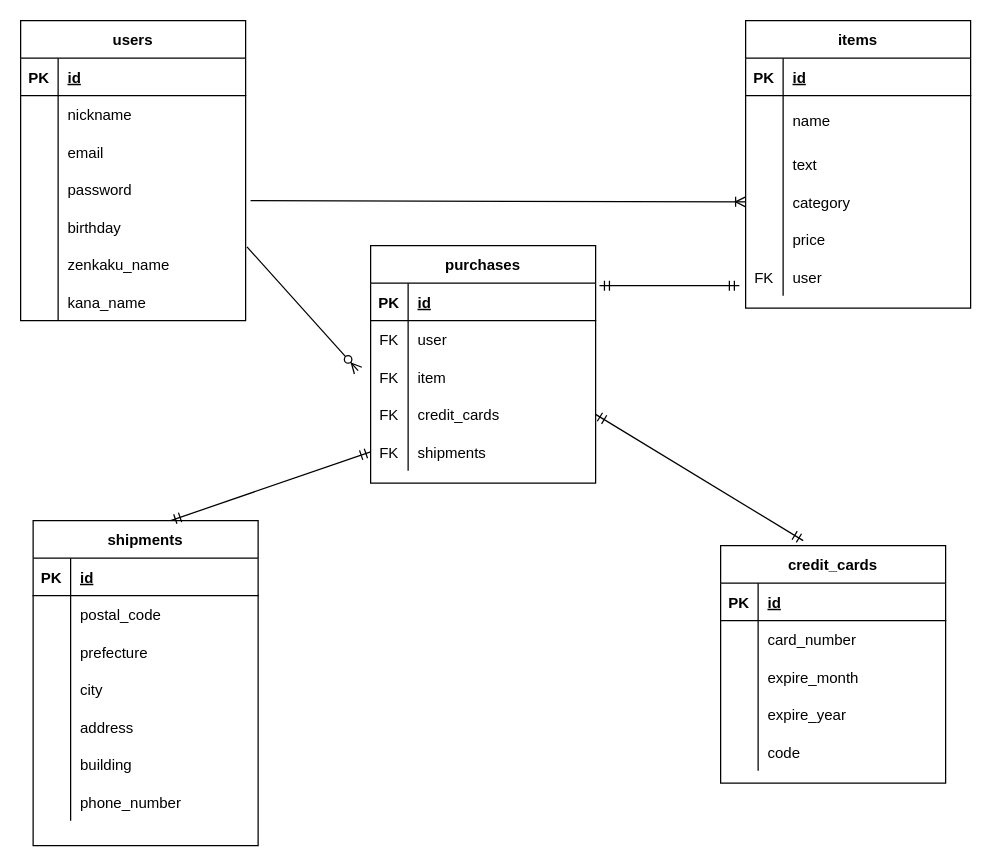
Above: test.dio in Jack9145/furima-32498 (draw.io), before the change. Source tidied: cells renumbered, new cells numbered last; positions are measured from the earlier drawing's top-left corner, leaving out a move shared by most shapes. Both pictures are drawn from the tidied source at 125%, with x=0, y=0 at pixel (20, 20).
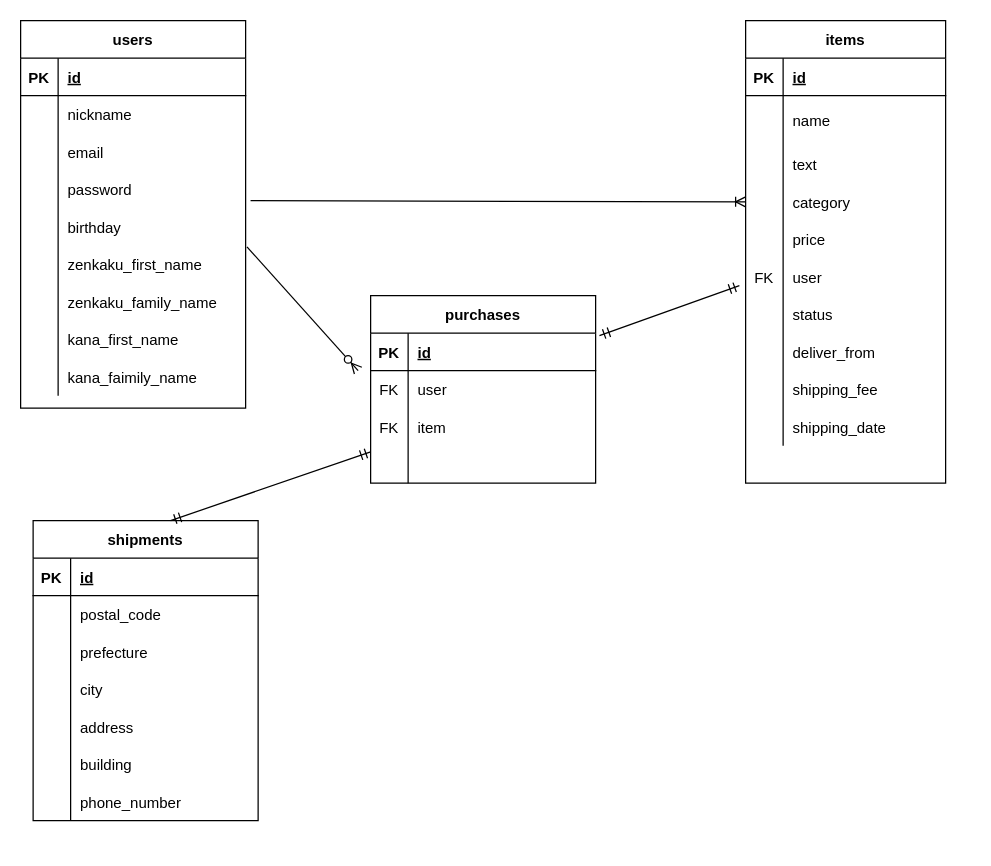
Above is the later version.

Commit message (it also covers changes not shown here):
DB設計の修正

The change refers to these unchanged cells:
```xml
<mxCell id="18" style="shape=partialRectangle;fillColor=none;top=0;left=0;bottom=0;right=0;points=[[0,0.5],[1,0.5]];portConstraint=eastwest;" parent="2" vertex="1">
  <mxGeometry y="180" width="180" height="30" as="geometry" />
</mxCell>
<mxCell id="21" style="shape=partialRectangle;fillColor=none;top=0;left=0;bottom=0;right=0;" parent="2" vertex="1">
  <mxGeometry y="210" width="180" height="30" as="geometry" />
</mxCell>
<mxCell id="54" style="shape=partialRectangle;fillColor=none;top=0;left=0;bottom=0;right=0;points=[[0,0.5],[1,0.5]];portConstraint=eastwest;" parent="44" vertex="1">
  <mxGeometry y="120" width="180" height="30" as="geometry" />
</mxCell>
```

Change to the diagram source:
```diff
@@
     <mxCell id="2" value="users" style="shape=table;startSize=30;childLayout=tableLayout;rowLines=0;fontStyle=1;align=center;" parent="1" vertex="1">
-      <mxGeometry width="180" height="240" as="geometry" />
+      <mxGeometry width="180" height="310" as="geometry" />
     </mxCell>
@@
-    <mxCell id="20" value="zenkaku_name" style="shape=partialRectangle;fillColor=none;top=0;left=0;bottom=0;right=0;align=left;spacingLeft=6;overflow=hidden;" parent="18" vertex="1">
+    <mxCell id="20" value="zenkaku_first_name" style="shape=partialRectangle;fillColor=none;top=0;left=0;bottom=0;right=0;align=left;spacingLeft=6;overflow=hidden;" parent="18" vertex="1">
       <mxGeometry x="30" width="150" height="30" as="geometry" />
     </mxCell>
@@
-    <mxCell id="23" value="kana_name" style="shape=partialRectangle;fillColor=none;top=0;left=0;bottom=0;right=0;align=left;spacingLeft=6;overflow=hidden;" parent="21" vertex="1">
+    <mxCell id="23" value="zenkaku_family_name" style="shape=partialRectangle;fillColor=none;top=0;left=0;bottom=0;right=0;align=left;spacingLeft=6;overflow=hidden;" parent="21" vertex="1">
       <mxGeometry x="30" width="150" height="30" as="geometry" />
     </mxCell>
+    <mxCell id="102" style="shape=partialRectangle;fillColor=none;top=0;left=0;bottom=0;right=0;" parent="2" vertex="1">
+      <mxGeometry y="240" width="180" height="30" as="geometry" />
+    </mxCell>
+    <mxCell id="103" style="shape=partialRectangle;fillColor=none;top=0;left=0;bottom=0;right=0;overflow=hidden;" parent="102" vertex="1">
+      <mxGeometry width="30" height="30" as="geometry" />
+    </mxCell>
+    <mxCell id="104" value="kana_first_name" style="shape=partialRectangle;fillColor=none;top=0;left=0;bottom=0;right=0;align=left;spacingLeft=6;overflow=hidden;" parent="102" vertex="1">
+      <mxGeometry x="30" width="150" height="30" as="geometry" />
+    </mxCell>
+    <mxCell id="105" style="shape=partialRectangle;fillColor=none;top=0;left=0;bottom=0;right=0;" parent="2" vertex="1">
+      <mxGeometry y="270" width="180" height="30" as="geometry" />
+    </mxCell>
+    <mxCell id="106" style="shape=partialRectangle;fillColor=none;top=0;left=0;bottom=0;right=0;overflow=hidden;" parent="105" vertex="1">
+      <mxGeometry width="30" height="30" as="geometry" />
+    </mxCell>
+    <mxCell id="107" value="kana_faimily_name" style="shape=partialRectangle;fillColor=none;top=0;left=0;bottom=0;right=0;align=left;spacingLeft=6;overflow=hidden;" parent="105" vertex="1">
+      <mxGeometry x="30" width="150" height="30" as="geometry" />
+    </mxCell>
     <mxCell id="24" value="items" style="shape=table;startSize=30;childLayout=tableLayout;rowLines=0;fontStyle=1;align=center;" parent="1" vertex="1">
-      <mxGeometry x="580" width="180" height="230" as="geometry" />
+      <mxGeometry x="580" width="160" height="370" as="geometry" />
     </mxCell>
     <mxCell id="25" style="shape=partialRectangle;fillColor=none;top=0;left=0;bottom=1;right=0;" parent="24" vertex="1">
-      <mxGeometry y="30" width="180" height="30" as="geometry" />
+      <mxGeometry y="30" width="160" height="30" as="geometry" />
     </mxCell>
@@
     <mxCell id="27" value="id" style="shape=partialRectangle;fillColor=none;top=0;left=0;bottom=0;right=0;align=left;spacingLeft=6;fontStyle=5;overflow=hidden;" parent="25" vertex="1">
-      <mxGeometry x="30" width="150" height="30" as="geometry" />
+      <mxGeometry x="30" width="130" height="30" as="geometry" />
     </mxCell>
     <mxCell id="28" style="shape=partialRectangle;fillColor=none;top=0;left=0;bottom=0;right=0;" parent="24" vertex="1">
-      <mxGeometry y="60" width="180" height="40" as="geometry" />
+      <mxGeometry y="60" width="160" height="40" as="geometry" />
     </mxCell>
@@
     <mxCell id="30" value="name" style="shape=partialRectangle;fillColor=none;top=0;left=0;bottom=0;right=0;align=left;spacingLeft=6;overflow=hidden;" parent="28" vertex="1">
-      <mxGeometry x="30" width="150" height="40" as="geometry" />
+      <mxGeometry x="30" width="130" height="40" as="geometry" />
     </mxCell>
     <mxCell id="31" style="shape=partialRectangle;fillColor=none;top=0;left=0;bottom=0;right=0;" parent="24" vertex="1">
-      <mxGeometry y="100" width="180" height="30" as="geometry" />
+      <mxGeometry y="100" width="160" height="30" as="geometry" />
     </mxCell>
@@
     <mxCell id="33" value="text" style="shape=partialRectangle;fillColor=none;top=0;left=0;bottom=0;right=0;align=left;spacingLeft=6;overflow=hidden;" parent="31" vertex="1">
-      <mxGeometry x="30" width="150" height="30" as="geometry" />
+      <mxGeometry x="30" width="130" height="30" as="geometry" />
     </mxCell>
     <mxCell id="34" style="shape=partialRectangle;fillColor=none;top=0;left=0;bottom=0;right=0;points=[[0,0.5],[1,0.5]];portConstraint=eastwest;" parent="24" vertex="1">
-      <mxGeometry y="130" width="180" height="30" as="geometry" />
+      <mxGeometry y="130" width="160" height="30" as="geometry" />
     </mxCell>
@@
     <mxCell id="36" value="category" style="shape=partialRectangle;fillColor=none;top=0;left=0;bottom=0;right=0;align=left;spacingLeft=6;overflow=hidden;" parent="34" vertex="1">
-      <mxGeometry x="30" width="150" height="30" as="geometry" />
+      <mxGeometry x="30" width="130" height="30" as="geometry" />
     </mxCell>
     <mxCell id="37" style="shape=partialRectangle;fillColor=none;top=0;left=0;bottom=0;right=0;" parent="24" vertex="1">
-      <mxGeometry y="160" width="180" height="30" as="geometry" />
+      <mxGeometry y="160" width="160" height="30" as="geometry" />
     </mxCell>
@@
     <mxCell id="39" value="price" style="shape=partialRectangle;fillColor=none;top=0;left=0;bottom=0;right=0;align=left;spacingLeft=6;overflow=hidden;" parent="37" vertex="1">
-      <mxGeometry x="30" width="150" height="30" as="geometry" />
+      <mxGeometry x="30" width="130" height="30" as="geometry" />
     </mxCell>
     <mxCell id="40" style="shape=partialRectangle;fillColor=none;top=0;left=0;bottom=0;right=0;" parent="24" vertex="1">
-      <mxGeometry y="190" width="180" height="30" as="geometry" />
+      <mxGeometry y="190" width="160" height="30" as="geometry" />
     </mxCell>
@@
     <mxCell id="42" value="user" style="shape=partialRectangle;fillColor=none;top=0;left=0;bottom=0;right=0;align=left;spacingLeft=6;overflow=hidden;" parent="40" vertex="1">
-      <mxGeometry x="30" width="150" height="30" as="geometry" />
+      <mxGeometry x="30" width="130" height="30" as="geometry" />
     </mxCell>
+    <mxCell id="108" style="shape=partialRectangle;fillColor=none;top=0;left=0;bottom=0;right=0;" parent="24" vertex="1">
+      <mxGeometry y="220" width="160" height="30" as="geometry" />
+    </mxCell>
+    <mxCell id="109" style="shape=partialRectangle;fillColor=none;top=0;left=0;bottom=0;right=0;overflow=hidden;" parent="108" vertex="1">
+      <mxGeometry width="30" height="30" as="geometry" />
+    </mxCell>
+    <mxCell id="110" value="status" style="shape=partialRectangle;fillColor=none;top=0;left=0;bottom=0;right=0;align=left;spacingLeft=6;overflow=hidden;" parent="108" vertex="1">
+      <mxGeometry x="30" width="130" height="30" as="geometry" />
+    </mxCell>
+    <mxCell id="111" style="shape=partialRectangle;fillColor=none;top=0;left=0;bottom=0;right=0;" parent="24" vertex="1">
+      <mxGeometry y="250" width="160" height="30" as="geometry" />
+    </mxCell>
+    <mxCell id="112" style="shape=partialRectangle;fillColor=none;top=0;left=0;bottom=0;right=0;overflow=hidden;" parent="111" vertex="1">
+      <mxGeometry width="30" height="30" as="geometry" />
+    </mxCell>
+    <mxCell id="113" value="deliver_from" style="shape=partialRectangle;fillColor=none;top=0;left=0;bottom=0;right=0;align=left;spacingLeft=6;overflow=hidden;" parent="111" vertex="1">
+      <mxGeometry x="30" width="130" height="30" as="geometry" />
+    </mxCell>
+    <mxCell id="114" style="shape=partialRectangle;fillColor=none;top=0;left=0;bottom=0;right=0;" parent="24" vertex="1">
+      <mxGeometry y="280" width="160" height="30" as="geometry" />
+    </mxCell>
+    <mxCell id="115" style="shape=partialRectangle;fillColor=none;top=0;left=0;bottom=0;right=0;overflow=hidden;" parent="114" vertex="1">
+      <mxGeometry width="30" height="30" as="geometry" />
+    </mxCell>
+    <mxCell id="116" value="shipping_fee" style="shape=partialRectangle;fillColor=none;top=0;left=0;bottom=0;right=0;align=left;spacingLeft=6;overflow=hidden;" parent="114" vertex="1">
+      <mxGeometry x="30" width="130" height="30" as="geometry" />
+    </mxCell>
+    <mxCell id="117" style="shape=partialRectangle;fillColor=none;top=0;left=0;bottom=0;right=0;" parent="24" vertex="1">
+      <mxGeometry y="310" width="160" height="30" as="geometry" />
+    </mxCell>
+    <mxCell id="118" style="shape=partialRectangle;fillColor=none;top=0;left=0;bottom=0;right=0;overflow=hidden;" parent="117" vertex="1">
+      <mxGeometry width="30" height="30" as="geometry" />
+    </mxCell>
+    <mxCell id="119" value="shipping_date" style="shape=partialRectangle;fillColor=none;top=0;left=0;bottom=0;right=0;align=left;spacingLeft=6;overflow=hidden;" parent="117" vertex="1">
+      <mxGeometry x="30" width="130" height="30" as="geometry" />
+    </mxCell>
@@
     <mxCell id="44" value="purchases" style="shape=table;startSize=30;childLayout=tableLayout;rowLines=0;fontStyle=1;align=center;" parent="1" vertex="1">
-      <mxGeometry x="280" y="180" width="180" height="190" as="geometry" />
+      <mxGeometry x="280" y="220" width="180" height="150" as="geometry" />
     </mxCell>
@@
-    <mxCell id="55" value="FK" style="shape=partialRectangle;fillColor=none;top=0;left=0;bottom=0;right=0;overflow=hidden;" parent="54" vertex="1">
+    <mxCell id="55" style="shape=partialRectangle;fillColor=none;top=0;left=0;bottom=0;right=0;overflow=hidden;" parent="54" vertex="1">
       <mxGeometry width="30" height="30" as="geometry" />
     </mxCell>
-    <mxCell id="56" value="credit_cards" style="shape=partialRectangle;fillColor=none;top=0;left=0;bottom=0;right=0;align=left;spacingLeft=6;overflow=hidden;" parent="54" vertex="1">
+    <mxCell id="56" style="shape=partialRectangle;fillColor=none;top=0;left=0;bottom=0;right=0;align=left;spacingLeft=6;overflow=hidden;" parent="54" vertex="1">
       <mxGeometry x="30" width="150" height="30" as="geometry" />
     </mxCell>
-    <mxCell id="57" style="shape=partialRectangle;fillColor=none;top=0;left=0;bottom=0;right=0;points=[[0,0.5],[1,0.5]];portConstraint=eastwest;" parent="44" vertex="1">
-      <mxGeometry y="150" width="180" height="30" as="geometry" />
-    </mxCell>
-    <mxCell id="58" value="FK" style="shape=partialRectangle;fillColor=none;top=0;left=0;bottom=0;right=0;overflow=hidden;" parent="57" vertex="1">
-      <mxGeometry width="30" height="30" as="geometry" />
-    </mxCell>
-    <mxCell id="59" value="shipments" style="shape=partialRectangle;fillColor=none;top=0;left=0;bottom=0;right=0;align=left;spacingLeft=6;overflow=hidden;" parent="57" vertex="1">
-      <mxGeometry x="30" width="150" height="30" as="geometry" />
-    </mxCell>
@@
     <mxCell id="62" value="shipments" style="shape=table;startSize=30;childLayout=tableLayout;rowLines=0;fontStyle=1;align=center;" parent="1" vertex="1">
-      <mxGeometry x="10" y="400" width="180" height="260" as="geometry" />
+      <mxGeometry x="10" y="400" width="180" height="240" as="geometry" />
     </mxCell>
@@
-    <mxCell id="84" style="fontSize=12;html=1;endArrow=ERmandOne;startArrow=ERmandOne;exitX=0.611;exitY=0;exitDx=0;exitDy=0;entryX=0;entryY=0.5;entryDx=0;entryDy=0;exitPerimeter=0;" parent="1" edge="1" source="62" target="57">
-      <mxGeometry relative="1" as="geometry" />
+    <mxCell id="84" style="fontSize=12;html=1;endArrow=ERmandOne;startArrow=ERmandOne;exitX=0.611;exitY=0;exitDx=0;exitDy=0;entryX=0;entryY=0.5;entryDx=0;entryDy=0;exitPerimeter=0;" parent="1" edge="1" source="62">
+      <mxGeometry relative="1" as="geometry">
+        <mxPoint x="280" y="345" as="targetPoint" />
+      </mxGeometry>
     </mxCell>
-    <mxCell id="85" value="credit_cards" style="shape=table;startSize=30;childLayout=tableLayout;rowLines=0;fontStyle=1;align=center;" parent="1" vertex="1">
-      <mxGeometry x="560" y="420" width="180" height="190" as="geometry" />
-    </mxCell>
-    <mxCell id="86" style="shape=partialRectangle;fillColor=none;top=0;left=0;bottom=1;right=0;" parent="85" vertex="1">
-      <mxGeometry y="30" width="180" height="30" as="geometry" />
-    </mxCell>
-    <mxCell id="87" value="PK" style="shape=partialRectangle;fillColor=none;top=0;left=0;bottom=0;right=0;fontStyle=1;overflow=hidden;" parent="86" vertex="1">
-      <mxGeometry width="30" height="30" as="geometry" />
-    </mxCell>
-    <mxCell id="88" value="id" style="shape=partialRectangle;fillColor=none;top=0;left=0;bottom=0;right=0;align=left;spacingLeft=6;fontStyle=5;overflow=hidden;" parent="86" vertex="1">
-      <mxGeometry x="30" width="150" height="30" as="geometry" />
-    </mxCell>
-    <mxCell id="89" style="shape=partialRectangle;fillColor=none;top=0;left=0;bottom=0;right=0;" parent="85" vertex="1">
-      <mxGeometry y="60" width="180" height="30" as="geometry" />
-    </mxCell>
-    <mxCell id="90" style="shape=partialRectangle;fillColor=none;top=0;left=0;bottom=0;right=0;overflow=hidden;" parent="89" vertex="1">
-      <mxGeometry width="30" height="30" as="geometry" />
-    </mxCell>
-    <mxCell id="91" value="card_number" style="shape=partialRectangle;fillColor=none;top=0;left=0;bottom=0;right=0;align=left;spacingLeft=6;overflow=hidden;" parent="89" vertex="1">
-      <mxGeometry x="30" width="150" height="30" as="geometry" />
-    </mxCell>
-    <mxCell id="92" style="shape=partialRectangle;fillColor=none;top=0;left=0;bottom=0;right=0;" parent="85" vertex="1">
-      <mxGeometry y="90" width="180" height="30" as="geometry" />
-    </mxCell>
-    <mxCell id="93" style="shape=partialRectangle;fillColor=none;top=0;left=0;bottom=0;right=0;overflow=hidden;" parent="92" vertex="1">
-      <mxGeometry width="30" height="30" as="geometry" />
-    </mxCell>
-    <mxCell id="94" value="expire_month" style="shape=partialRectangle;fillColor=none;top=0;left=0;bottom=0;right=0;align=left;spacingLeft=6;overflow=hidden;" parent="92" vertex="1">
-      <mxGeometry x="30" width="150" height="30" as="geometry" />
-    </mxCell>
-    <mxCell id="95" style="shape=partialRectangle;fillColor=none;top=0;left=0;bottom=0;right=0;" parent="85" vertex="1">
-      <mxGeometry y="120" width="180" height="30" as="geometry" />
-    </mxCell>
-    <mxCell id="96" style="shape=partialRectangle;fillColor=none;top=0;left=0;bottom=0;right=0;overflow=hidden;" parent="95" vertex="1">
-      <mxGeometry width="30" height="30" as="geometry" />
-    </mxCell>
-    <mxCell id="97" value="expire_year" style="shape=partialRectangle;fillColor=none;top=0;left=0;bottom=0;right=0;align=left;spacingLeft=6;overflow=hidden;" parent="95" vertex="1">
-      <mxGeometry x="30" width="150" height="30" as="geometry" />
-    </mxCell>
-    <mxCell id="98" style="shape=partialRectangle;fillColor=none;top=0;left=0;bottom=0;right=0;" parent="85" vertex="1">
-      <mxGeometry y="150" width="180" height="30" as="geometry" />
-    </mxCell>
-    <mxCell id="99" style="shape=partialRectangle;fillColor=none;top=0;left=0;bottom=0;right=0;overflow=hidden;" parent="98" vertex="1">
-      <mxGeometry width="30" height="30" as="geometry" />
-    </mxCell>
-    <mxCell id="100" value="code" style="shape=partialRectangle;fillColor=none;top=0;left=0;bottom=0;right=0;align=left;spacingLeft=6;overflow=hidden;" parent="98" vertex="1">
-      <mxGeometry x="30" width="150" height="30" as="geometry" />
-    </mxCell>
-    <mxCell id="101" style="fontSize=12;html=1;endArrow=ERmandOne;startArrow=ERmandOne;exitX=1;exitY=0.5;exitDx=0;exitDy=0;entryX=0.367;entryY=-0.021;entryDx=0;entryDy=0;entryPerimeter=0;" parent="1" edge="1" source="54" target="85">
-      <mxGeometry relative="1" as="geometry" />
-    </mxCell>
```
